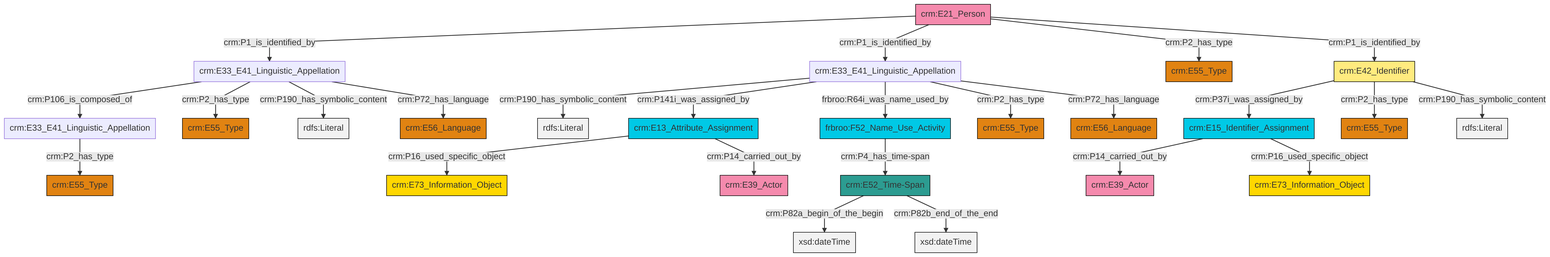
Before: et/personCSV/ttl/mmd/png/Person_Names_and_Classification.png, a diagram exported from Mermaid (swiss-art-research-net/docs.swissartresearch). Its source is kept beside it as et/personCSV/ttl/mmd/Person_Names_and_Classification.ttl.mmd.
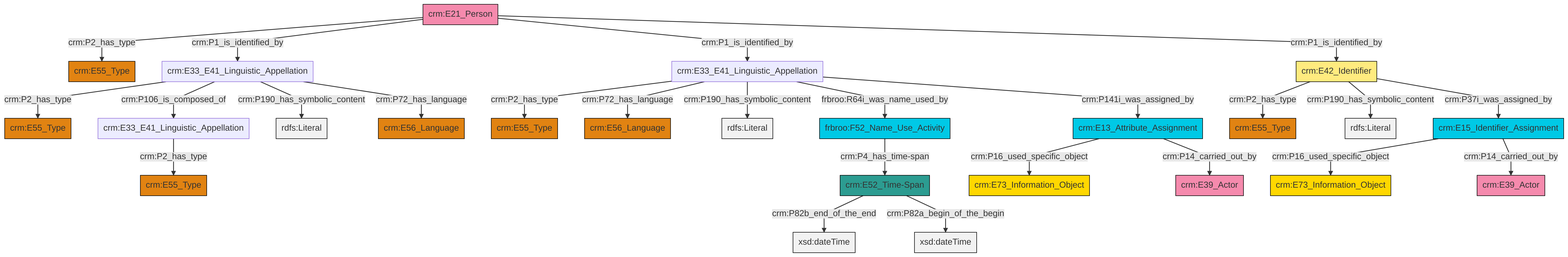
After the change.

Change to the diagram source:
```diff
@@ -13,27 +13,27 @@
 classDef PC_Classes fill:#4ce600, stroke:#000000;
 classDef Multi fill:#cccccc,stroke:#000000;
 
-0["crm:E42_Identifier"]:::Appellation -->|crm:P37i_was_assigned_by| 1["crm:E15_Identifier_Assignment"]:::Temporal_Entity
-1["crm:E15_Identifier_Assignment"]:::Temporal_Entity -->|crm:P14_carried_out_by| 4["crm:E39_Actor"]:::Actor
-7["crm:E13_Attribute_Assignment"]:::Temporal_Entity -->|crm:P16_used_specific_object| 8["crm:E73_Information_Object"]:::Conceptual_Object
-1["crm:E15_Identifier_Assignment"]:::Temporal_Entity -->|crm:P16_used_specific_object| 2["crm:E73_Information_Object"]:::Conceptual_Object
-21["crm:E33_E41_Linguistic_Appellation"]:::Default -->|crm:P2_has_type| 22["crm:E55_Type"]:::Type
-24["crm:E33_E41_Linguistic_Appellation"]:::Default -->|crm:P106_is_composed_of| 21["crm:E33_E41_Linguistic_Appellation"]:::Default
-16["crm:E33_E41_Linguistic_Appellation"]:::Default -->|crm:P190_has_symbolic_content| 29[rdfs:Literal]:::Literal
-0["crm:E42_Identifier"]:::Appellation -->|crm:P2_has_type| 9["crm:E55_Type"]:::Type
-31["crm:E21_Person"]:::Actor -->|crm:P1_is_identified_by| 24["crm:E33_E41_Linguistic_Appellation"]:::Default
-24["crm:E33_E41_Linguistic_Appellation"]:::Default -->|crm:P2_has_type| 11["crm:E55_Type"]:::Type
-33["crm:E52_Time-Span"]:::Time-Span -->|crm:P82a_begin_of_the_begin| 34[xsd:dateTime]:::Literal
-7["crm:E13_Attribute_Assignment"]:::Temporal_Entity -->|crm:P14_carried_out_by| 35["crm:E39_Actor"]:::Actor
-31["crm:E21_Person"]:::Actor -->|crm:P1_is_identified_by| 16["crm:E33_E41_Linguistic_Appellation"]:::Default
-24["crm:E33_E41_Linguistic_Appellation"]:::Default -->|crm:P190_has_symbolic_content| 36[rdfs:Literal]:::Literal
-31["crm:E21_Person"]:::Actor -->|crm:P2_has_type| 26["crm:E55_Type"]:::Type
-0["crm:E42_Identifier"]:::Appellation -->|crm:P190_has_symbolic_content| 38[rdfs:Literal]:::Literal
-24["crm:E33_E41_Linguistic_Appellation"]:::Default -->|crm:P72_has_language| 39["crm:E56_Language"]:::Type
-16["crm:E33_E41_Linguistic_Appellation"]:::Default -->|crm:P141i_was_assigned_by| 7["crm:E13_Attribute_Assignment"]:::Temporal_Entity
-31["crm:E21_Person"]:::Actor -->|crm:P1_is_identified_by| 0["crm:E42_Identifier"]:::Appellation
-16["crm:E33_E41_Linguistic_Appellation"]:::Default -->|frbroo:R64i_was_name_used_by| 5["frbroo:F52_Name_Use_Activity"]:::Temporal_Entity
-16["crm:E33_E41_Linguistic_Appellation"]:::Default -->|crm:P2_has_type| 19["crm:E55_Type"]:::Type
-5["frbroo:F52_Name_Use_Activity"]:::Temporal_Entity -->|crm:P4_has_time-span| 33["crm:E52_Time-Span"]:::Time-Span
-16["crm:E33_E41_Linguistic_Appellation"]:::Default -->|crm:P72_has_language| 13["crm:E56_Language"]:::Type
-33["crm:E52_Time-Span"]:::Time-Span -->|crm:P82b_end_of_the_end| 45[xsd:dateTime]:::Literal
+4["crm:E33_E41_Linguistic_Appellation"]:::Default -->|crm:P2_has_type| 5["crm:E55_Type"]:::Type
+6["crm:E33_E41_Linguistic_Appellation"]:::Default -->|crm:P2_has_type| 7["crm:E55_Type"]:::Type
+0["crm:E52_Time-Span"]:::Time-Span -->|crm:P82b_end_of_the_end| 8[xsd:dateTime]:::Literal
+14["frbroo:F52_Name_Use_Activity"]:::Temporal_Entity -->|crm:P4_has_time-span| 0["crm:E52_Time-Span"]:::Time-Span
+4["crm:E33_E41_Linguistic_Appellation"]:::Default -->|crm:P72_has_language| 17["crm:E56_Language"]:::Type
+20["crm:E21_Person"]:::Actor -->|crm:P2_has_type| 18["crm:E55_Type"]:::Type
+21["crm:E42_Identifier"]:::Appellation -->|crm:P2_has_type| 22["crm:E55_Type"]:::Type
+6["crm:E33_E41_Linguistic_Appellation"]:::Default -->|crm:P106_is_composed_of| 11["crm:E33_E41_Linguistic_Appellation"]:::Default
+21["crm:E42_Identifier"]:::Appellation -->|crm:P190_has_symbolic_content| 23[rdfs:Literal]:::Literal
+25["crm:E13_Attribute_Assignment"]:::Temporal_Entity -->|crm:P16_used_specific_object| 27["crm:E73_Information_Object"]:::Conceptual_Object
+6["crm:E33_E41_Linguistic_Appellation"]:::Default -->|crm:P190_has_symbolic_content| 28[rdfs:Literal]:::Literal
+25["crm:E13_Attribute_Assignment"]:::Temporal_Entity -->|crm:P14_carried_out_by| 15["crm:E39_Actor"]:::Actor
+11["crm:E33_E41_Linguistic_Appellation"]:::Default -->|crm:P2_has_type| 29["crm:E55_Type"]:::Type
+9["crm:E15_Identifier_Assignment"]:::Temporal_Entity -->|crm:P16_used_specific_object| 34["crm:E73_Information_Object"]:::Conceptual_Object
+4["crm:E33_E41_Linguistic_Appellation"]:::Default -->|crm:P190_has_symbolic_content| 35[rdfs:Literal]:::Literal
+9["crm:E15_Identifier_Assignment"]:::Temporal_Entity -->|crm:P14_carried_out_by| 2["crm:E39_Actor"]:::Actor
+0["crm:E52_Time-Span"]:::Time-Span -->|crm:P82a_begin_of_the_begin| 37[xsd:dateTime]:::Literal
+20["crm:E21_Person"]:::Actor -->|crm:P1_is_identified_by| 6["crm:E33_E41_Linguistic_Appellation"]:::Default
+20["crm:E21_Person"]:::Actor -->|crm:P1_is_identified_by| 4["crm:E33_E41_Linguistic_Appellation"]:::Default
+20["crm:E21_Person"]:::Actor -->|crm:P1_is_identified_by| 21["crm:E42_Identifier"]:::Appellation
+4["crm:E33_E41_Linguistic_Appellation"]:::Default -->|frbroo:R64i_was_name_used_by| 14["frbroo:F52_Name_Use_Activity"]:::Temporal_Entity
+4["crm:E33_E41_Linguistic_Appellation"]:::Default -->|crm:P141i_was_assigned_by| 25["crm:E13_Attribute_Assignment"]:::Temporal_Entity
+21["crm:E42_Identifier"]:::Appellation -->|crm:P37i_was_assigned_by| 9["crm:E15_Identifier_Assignment"]:::Temporal_Entity
+6["crm:E33_E41_Linguistic_Appellation"]:::Default -->|crm:P72_has_language| 42["crm:E56_Language"]:::Type
```
